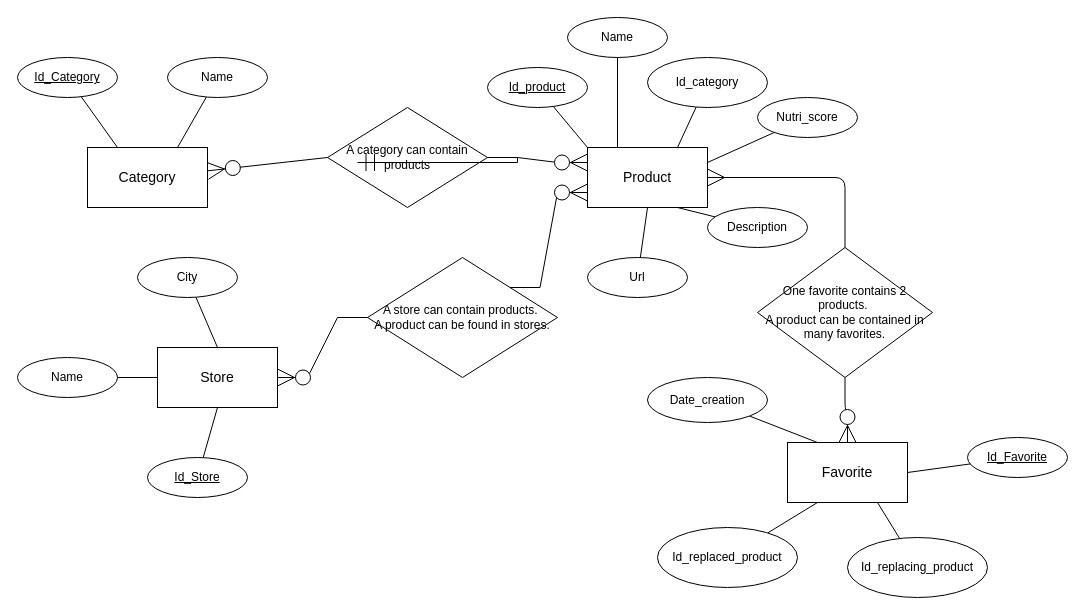
The draw.io diagram Modèle EA BDD.drawio in vicsim181/Pur_Beurre, before the edit. Source tidied: cells renumbered, new cells numbered last; positions are measured from the earlier drawing's top-left corner, leaving out a move shared by most shapes. Both pictures are drawn from the tidied source at 100%, with x=0, y=0 at pixel (17, 17).
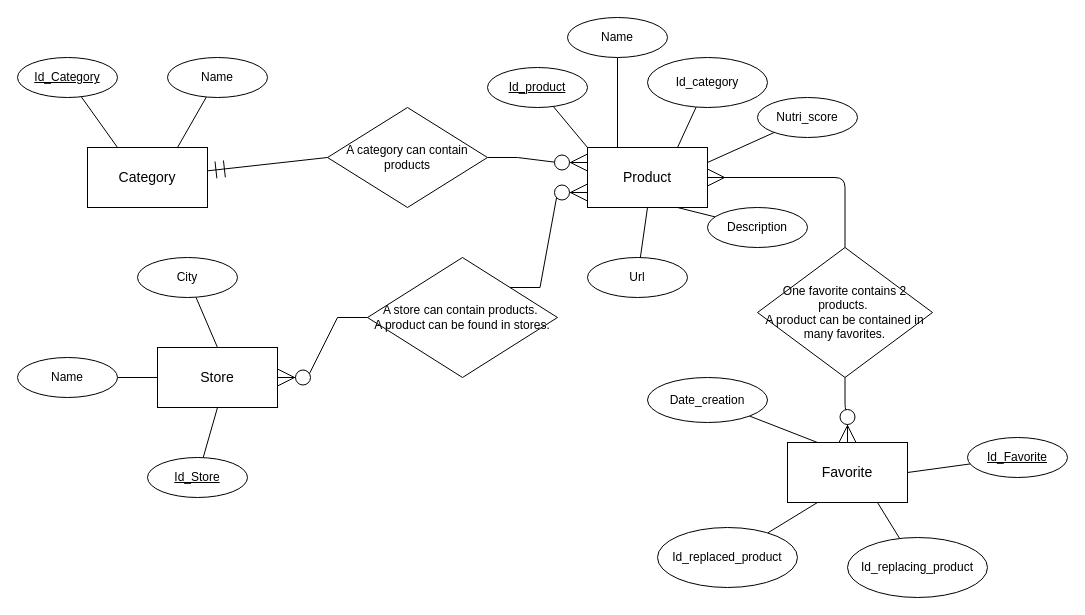
After the change.

Commit message (it also covers changes not shown here):
Correction Modèle EA

Correction relation Product Category

Unchanged cells that the change refers to:
```xml
<mxCell id="9" value="A category can contain products" style="shape=rhombus;perimeter=rhombusPerimeter;whiteSpace=wrap;html=1;align=center;" parent="1" vertex="1">
  <mxGeometry x="310" y="90" width="160" height="100" as="geometry" />
</mxCell>
<mxCell id="22" value="Category" style="whiteSpace=wrap;html=1;align=center;fontSize=14;" parent="1" vertex="1">
  <mxGeometry x="70" y="130" width="120" height="60" as="geometry" />
</mxCell>
```

The edit, as a diff of the source:
```diff
@@
-    <mxCell id="10" style="edgeStyle=entityRelationEdgeStyle;rounded=0;jettySize=auto;html=1;startArrow=ERmandOne;startFill=0;startSize=15;endArrow=none;endFill=0;endSize=15;strokeWidth=1;exitX=1;exitY=0.5;exitDx=0;exitDy=0;" parent="1" edge="1" target="9">
-      <mxGeometry relative="1" as="geometry">
-        <mxPoint x="340" y="145" as="sourcePoint" />
-      </mxGeometry>
-    </mxCell>
@@
-    <mxCell id="21" style="edgeStyle=none;rounded=0;jettySize=auto;html=1;entryX=0;entryY=0.5;entryDx=0;entryDy=0;startArrow=ERzeroToMany;startFill=1;startSize=15;endArrow=none;endFill=0;endSize=15;strokeWidth=1;fontSize=14;" parent="1" edge="1" source="22" target="9">
+    <mxCell id="21" style="edgeStyle=none;rounded=0;jettySize=auto;html=1;entryX=0;entryY=0.5;entryDx=0;entryDy=0;startArrow=ERmandOne;startFill=0;startSize=15;endArrow=none;endFill=0;endSize=15;strokeWidth=1;fontSize=14;" parent="1" edge="1" source="22" target="9">
       <mxGeometry relative="1" as="geometry" />
     </mxCell>
```
